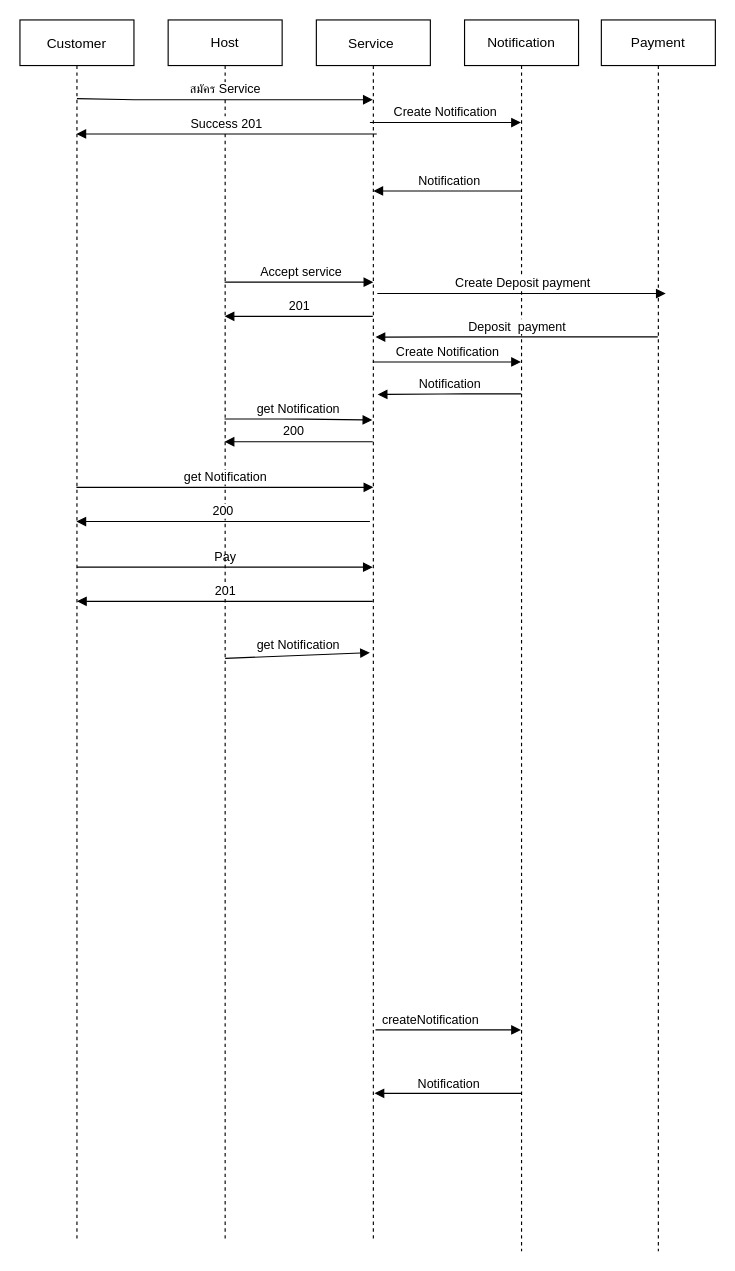
Above: ProjectProcesses/HostDog_6UML/Service.drawio in Hostdogs/Project_Hostdog (draw.io), before the change. Source tidied: cells renumbered, new cells numbered last; positions are measured from the earlier drawing's top-left corner, leaving out a move shared by most shapes. Both pictures are drawn from the tidied source at 114%, with x=0, y=0 at pixel (19, 19).
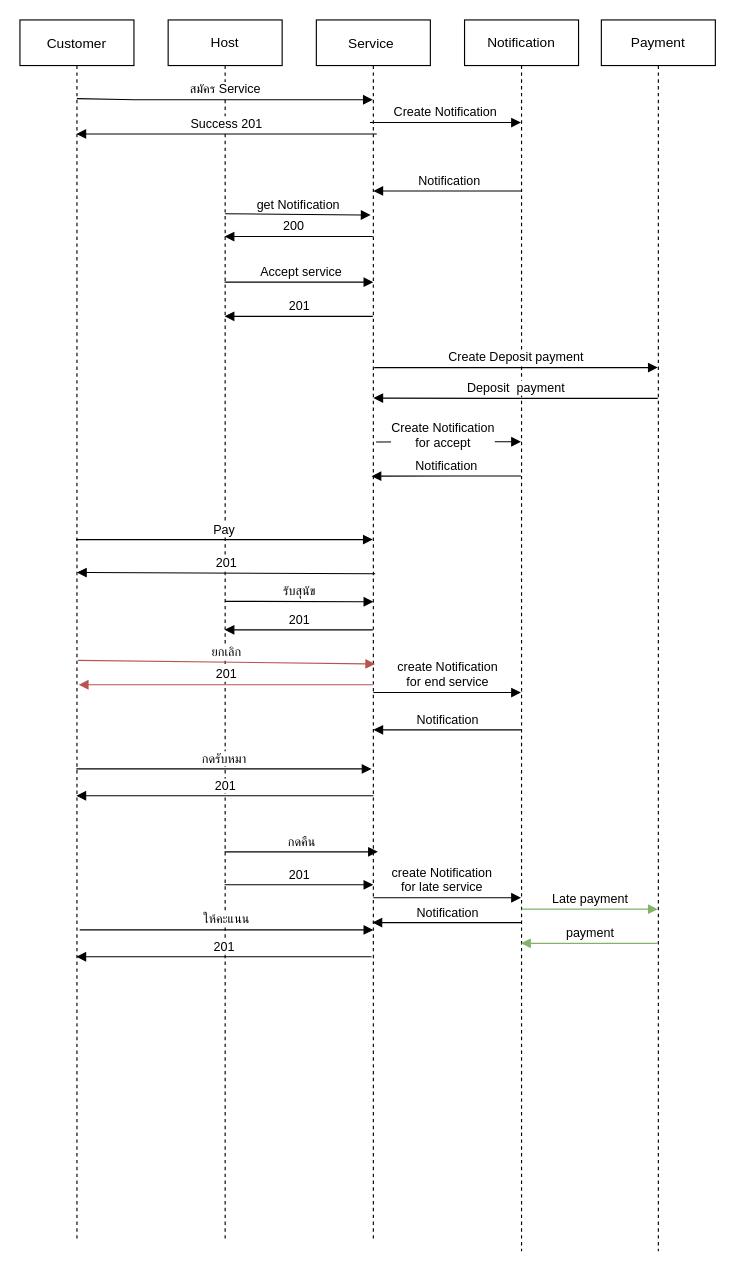
The same diagram, later.

The change refers to these unchanged cells:
```xml
<mxCell id="2" value="Customer" style="shape=umlLifeline;perimeter=lifelinePerimeter;rounded=0;shadow=0;strokeWidth=1;" parent="1" vertex="1">
  <mxGeometry width="100" height="1070" as="geometry" />
</mxCell>
<mxCell id="4" value="Service " style="shape=umlLifeline;perimeter=lifelinePerimeter;rounded=0;shadow=0;strokeWidth=1;" parent="1" vertex="1">
  <mxGeometry x="260" width="100" height="1070" as="geometry" />
</mxCell>
<mxCell id="5" value="Payment" style="shape=umlLifeline;perimeter=lifelinePerimeter;whiteSpace=wrap;html=1;outlineConnect=0;" parent="1" vertex="1">
  <mxGeometry x="510" width="100" height="1080" as="geometry" />
</mxCell>
<mxCell id="6" value="Notification" style="shape=umlLifeline;perimeter=lifelinePerimeter;whiteSpace=wrap;html=1;outlineConnect=0;" parent="1" vertex="1">
  <mxGeometry x="390" width="100" height="1080" as="geometry" />
</mxCell>
<mxCell id="7" value="Host" style="shape=umlLifeline;perimeter=lifelinePerimeter;whiteSpace=wrap;html=1;outlineConnect=0;" parent="1" vertex="1">
  <mxGeometry x="130" width="100" height="1070" as="geometry" />
</mxCell>
```

The edit, as a diff of the source:
```diff
@@
-    <mxCell id="3" value="Pay" style="html=1;verticalAlign=bottom;endArrow=block;" parent="2" edge="1" target="4">
-      <mxGeometry relative="1" as="geometry">
-        <mxPoint x="50" y="480" as="sourcePoint" />
-      </mxGeometry>
-    </mxCell>
@@
+    <mxCell id="26" value="create Notification&lt;br&gt;for end service" style="html=1;verticalAlign=bottom;endArrow=block;" parent="4" edge="1" target="6">
+      <mxGeometry relative="1" as="geometry">
+        <mxPoint x="50" y="590" as="sourcePoint" />
+      </mxGeometry>
+    </mxCell>
+    <mxCell id="27" value="create Notification&lt;br&gt;for late service" style="html=1;verticalAlign=bottom;endArrow=block;" parent="4" edge="1" target="6">
+      <mxGeometry x="-0.07" relative="1" as="geometry">
+        <mxPoint x="50" y="770" as="sourcePoint" />
+      </mxGeometry>
+    </mxCell>
@@
+    <mxCell id="28" value="Late payment" style="html=1;verticalAlign=bottom;endArrow=block;fillColor=#d5e8d4;strokeColor=#82b366;" parent="6" edge="1" target="5">
+      <mxGeometry relative="1" as="geometry">
+        <mxPoint x="50" y="780" as="sourcePoint" />
+      </mxGeometry>
+    </mxCell>
@@
-    <mxCell id="8" value="get Notification" style="html=1;verticalAlign=bottom;endArrow=block;" parent="7" edge="1">
+    <mxCell id="8" value="get Notification" style="html=1;verticalAlign=bottom;endArrow=block;entryX=0.476;entryY=0.16;entryDx=0;entryDy=0;entryPerimeter=0;" parent="7" edge="1" target="4">
       <mxGeometry relative="1" as="geometry">
-        <mxPoint x="50" y="560" as="sourcePoint" />
-        <mxPoint x="177" y="555" as="targetPoint" />
+        <mxPoint x="50" y="170" as="sourcePoint" />
       </mxGeometry>
     </mxCell>
+    <mxCell id="29" value="รับสุนัข" style="html=1;verticalAlign=bottom;endArrow=block;entryX=0.5;entryY=0.477;entryDx=0;entryDy=0;entryPerimeter=0;" parent="7" edge="1" target="4">
+      <mxGeometry relative="1" as="geometry">
+        <mxPoint x="50" y="510" as="sourcePoint" />
+      </mxGeometry>
+    </mxCell>
@@
-    <mxCell id="15" value="Create Notification" style="html=1;verticalAlign=bottom;endArrow=block;" parent="1" edge="1" source="4" target="6">
-      <mxGeometry relative="1" as="geometry">
+    <mxCell id="15" value="Create Notification&lt;br&gt;for accept" style="html=1;verticalAlign=bottom;endArrow=block;exitX=0.524;exitY=0.346;exitDx=0;exitDy=0;exitPerimeter=0;" parent="1" edge="1" source="4" target="6">
+      <mxGeometry x="-0.07" y="-10" relative="1" as="geometry">
         <Array as="points">
-          <mxPoint x="370" y="300" />
+          <mxPoint x="390" y="370" />
         </Array>
       </mxGeometry>
     </mxCell>
-    <mxCell id="16" value="Notification" style="html=1;verticalAlign=bottom;endArrow=block;entryX=0.538;entryY=0.307;entryDx=0;entryDy=0;entryPerimeter=0;" parent="1" edge="1" source="6" target="4">
+    <mxCell id="16" value="Notification" style="html=1;verticalAlign=bottom;endArrow=block;entryX=0.484;entryY=0.374;entryDx=0;entryDy=0;entryPerimeter=0;" parent="1" edge="1" source="6" target="4">
       <mxGeometry relative="1" as="geometry">
         <Array as="points">
-          <mxPoint x="380" y="328" />
+          <mxPoint x="390" y="400" />
         </Array>
       </mxGeometry>
     </mxCell>
-    <mxCell id="17" value="Create Deposit payment" style="html=1;verticalAlign=bottom;endArrow=block;" parent="1" edge="1">
-      <mxGeometry relative="1" as="geometry">
-        <mxPoint x="313.5" y="240" as="sourcePoint" />
-        <mxPoint x="566.5" y="240" as="targetPoint" />
-      </mxGeometry>
+    <mxCell id="17" value="Create Deposit payment" style="html=1;verticalAlign=bottom;endArrow=block;exitX=0.508;exitY=0.285;exitDx=0;exitDy=0;exitPerimeter=0;" parent="1" edge="1" source="4" target="5">
+      <mxGeometry relative="1" as="geometry" />
     </mxCell>
-    <mxCell id="18" value="Deposit&amp;nbsp; payment" style="html=1;verticalAlign=bottom;endArrow=block;entryX=0.519;entryY=0.26;entryDx=0;entryDy=0;entryPerimeter=0;" parent="1" edge="1" source="5" target="4">
+    <mxCell id="18" value="Deposit&amp;nbsp; payment" style="html=1;verticalAlign=bottom;endArrow=block;entryX=0.5;entryY=0.31;entryDx=0;entryDy=0;entryPerimeter=0;" parent="1" edge="1" source="5" target="4">
       <mxGeometry relative="1" as="geometry">
         <Array as="points">
-          <mxPoint x="430" y="278" />
-          <mxPoint x="390" y="278" />
+          <mxPoint x="430" y="332" />
         </Array>
       </mxGeometry>
     </mxCell>
-    <mxCell id="19" value="get Notification" style="html=1;verticalAlign=bottom;endArrow=block;entryX=0.491;entryY=0.328;entryDx=0;entryDy=0;entryPerimeter=0;" parent="1" edge="1" source="7" target="4">
-      <mxGeometry relative="1" as="geometry">
-        <Array as="points">
-          <mxPoint x="240" y="350" />
-        </Array>
-      </mxGeometry>
-    </mxCell>
     <mxCell id="20" value="200" style="html=1;verticalAlign=bottom;endArrow=block;" parent="1" edge="1" source="4" target="7">
       <mxGeometry x="0.07" relative="1" as="geometry">
         <Array as="points">
-          <mxPoint x="250" y="370" />
-          <mxPoint x="210" y="370" />
+          <mxPoint x="240" y="190" />
+          <mxPoint x="200" y="190" />
         </Array>
       </mxGeometry>
     </mxCell>
-    <mxCell id="21" value="get Notification" style="html=1;verticalAlign=bottom;endArrow=block;" parent="1" edge="1" source="2">
-      <mxGeometry relative="1" as="geometry">
-        <mxPoint x="310" y="410" as="targetPoint" />
-        <Array as="points">
-          <mxPoint x="280" y="410" />
-        </Array>
-      </mxGeometry>
-    </mxCell>
-    <mxCell id="22" value="200" style="html=1;verticalAlign=bottom;endArrow=block;" parent="1" edge="1" target="2">
-      <mxGeometry relative="1" as="geometry">
-        <mxPoint x="307" y="440" as="sourcePoint" />
-      </mxGeometry>
-    </mxCell>
-    <mxCell id="23" value="201" style="html=1;verticalAlign=bottom;endArrow=block;" parent="1" edge="1" source="4">
-      <mxGeometry relative="1" as="geometry">
-        <mxPoint x="50" y="510" as="targetPoint" />
-      </mxGeometry>
+    <mxCell id="23" value="201" style="html=1;verticalAlign=bottom;endArrow=block;exitX=0.516;exitY=0.454;exitDx=0;exitDy=0;exitPerimeter=0;entryX=0.5;entryY=0.453;entryDx=0;entryDy=0;entryPerimeter=0;" parent="1" edge="1" source="4" target="2">
+      <mxGeometry relative="1" as="geometry" />
     </mxCell>
-    <mxCell id="24" value="createNotification" style="html=1;verticalAlign=bottom;endArrow=block;exitX=0.519;exitY=0.828;exitDx=0;exitDy=0;exitPerimeter=0;" parent="1" edge="1" source="4" target="6">
-      <mxGeometry x="-0.25" relative="1" as="geometry" />
-    </mxCell>
-    <mxCell id="25" value="Notification" style="html=1;verticalAlign=bottom;endArrow=block;entryX=0.51;entryY=0.88;entryDx=0;entryDy=0;entryPerimeter=0;" parent="1" edge="1" source="6" target="4">
-      <mxGeometry relative="1" as="geometry" />
-    </mxCell>
+    <mxCell id="3" value="Pay" style="html=1;verticalAlign=bottom;endArrow=block;exitX=0.492;exitY=0.426;exitDx=0;exitDy=0;exitPerimeter=0;" parent="1" edge="1" source="2" target="4">
+      <mxGeometry relative="1" as="geometry" />
+    </mxCell>
+    <mxCell id="30" value="201" style="html=1;verticalAlign=bottom;endArrow=block;" parent="1" edge="1" source="4" target="7">
+      <mxGeometry relative="1" as="geometry" />
+    </mxCell>
+    <mxCell id="31" value="Notification" style="html=1;verticalAlign=bottom;endArrow=block;entryX=0.5;entryY=0.582;entryDx=0;entryDy=0;entryPerimeter=0;" parent="1" edge="1" source="6" target="4">
+      <mxGeometry relative="1" as="geometry" />
+    </mxCell>
+    <mxCell id="32" value="กดรับหมา" style="html=1;verticalAlign=bottom;endArrow=block;entryX=0.484;entryY=0.614;entryDx=0;entryDy=0;entryPerimeter=0;" parent="1" edge="1" source="2" target="4">
+      <mxGeometry relative="1" as="geometry" />
+    </mxCell>
+    <mxCell id="33" value="201" style="html=1;verticalAlign=bottom;endArrow=block;exitX=0.5;exitY=0.636;exitDx=0;exitDy=0;exitPerimeter=0;" parent="1" edge="1" source="4" target="2">
+      <mxGeometry relative="1" as="geometry" />
+    </mxCell>
+    <mxCell id="34" value="กดคืน" style="html=1;verticalAlign=bottom;endArrow=block;entryX=0.54;entryY=0.682;entryDx=0;entryDy=0;entryPerimeter=0;" parent="1" edge="1" source="7" target="4">
+      <mxGeometry relative="1" as="geometry" />
+    </mxCell>
+    <mxCell id="35" value="201" style="html=1;verticalAlign=bottom;endArrow=block;entryX=0.5;entryY=0.709;entryDx=0;entryDy=0;entryPerimeter=0;" parent="1" edge="1" source="7" target="4">
+      <mxGeometry relative="1" as="geometry" />
+    </mxCell>
+    <mxCell id="36" value="ยกเลิก" style="html=1;verticalAlign=bottom;endArrow=block;entryX=0.516;entryY=0.528;entryDx=0;entryDy=0;entryPerimeter=0;exitX=0.508;exitY=0.525;exitDx=0;exitDy=0;exitPerimeter=0;fillColor=#f8cecc;strokeColor=#b85450;" parent="1" edge="1" source="2" target="4">
+      <mxGeometry relative="1" as="geometry" />
+    </mxCell>
+    <mxCell id="37" value="201" style="html=1;verticalAlign=bottom;endArrow=block;entryX=0.516;entryY=0.545;entryDx=0;entryDy=0;entryPerimeter=0;fillColor=#f8cecc;strokeColor=#b85450;" parent="1" edge="1" source="4" target="2">
+      <mxGeometry relative="1" as="geometry" />
+    </mxCell>
+    <mxCell id="38" value="ให้คะแนน" style="html=1;verticalAlign=bottom;endArrow=block;exitX=0.524;exitY=0.746;exitDx=0;exitDy=0;exitPerimeter=0;entryX=0.5;entryY=0.746;entryDx=0;entryDy=0;entryPerimeter=0;" parent="1" edge="1" source="2" target="4">
+      <mxGeometry relative="1" as="geometry" />
+    </mxCell>
+    <mxCell id="39" value="201" style="html=1;verticalAlign=bottom;endArrow=block;exitX=0.484;exitY=0.768;exitDx=0;exitDy=0;exitPerimeter=0;" parent="1" edge="1" source="4" target="2">
+      <mxGeometry relative="1" as="geometry" />
+    </mxCell>
+    <mxCell id="40" value="Notification" style="html=1;verticalAlign=bottom;endArrow=block;entryX=0.492;entryY=0.74;entryDx=0;entryDy=0;entryPerimeter=0;" parent="1" edge="1" source="6" target="4">
+      <mxGeometry relative="1" as="geometry" />
+    </mxCell>
+    <mxCell id="41" value="payment" style="html=1;verticalAlign=bottom;endArrow=block;fillColor=#d5e8d4;strokeColor=#82b366;" parent="1" edge="1" source="5" target="6">
+      <mxGeometry relative="1" as="geometry">
+        <Array as="points">
+          <mxPoint x="490" y="810" />
+        </Array>
+      </mxGeometry>
+    </mxCell>
```
